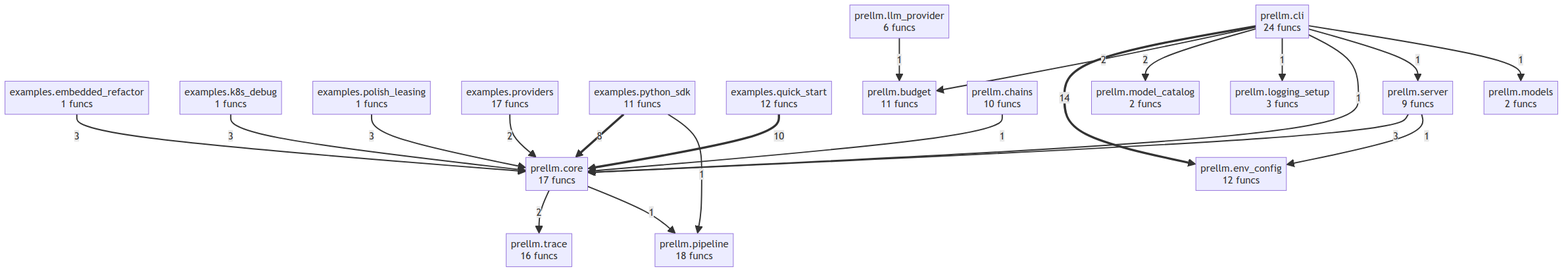
Earlier version of the Mermaid export project/compact_flow.png (semcod/prellm). Its source is kept beside it as project/compact_flow.mmd.
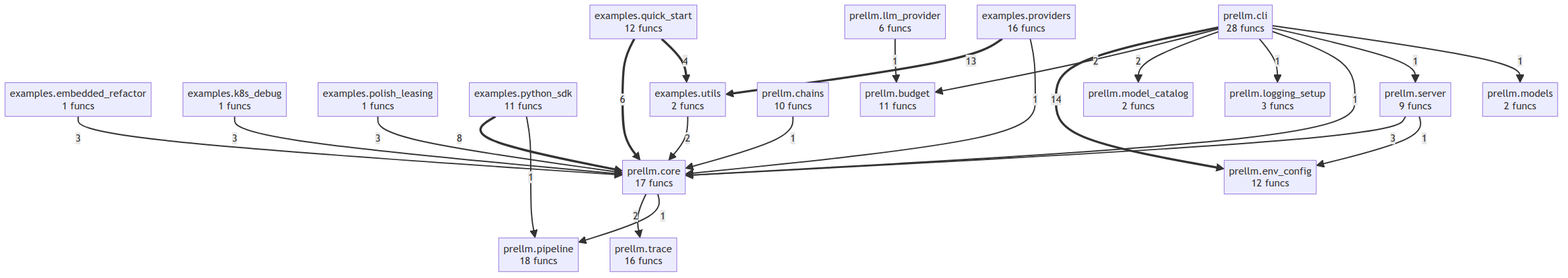
After the change.

Diff of the diagram source:
```diff
@@ -2,12 +2,13 @@
     examples_embedded_refactor["examples.embedded_refactor<br/>1 funcs"]
     examples_k8s_debug["examples.k8s_debug<br/>1 funcs"]
     examples_polish_leasing["examples.polish_leasing<br/>1 funcs"]
-    examples_providers["examples.providers<br/>17 funcs"]
+    examples_providers["examples.providers<br/>16 funcs"]
     examples_python_sdk["examples.python_sdk<br/>11 funcs"]
     examples_quick_start["examples.quick_start<br/>12 funcs"]
+    examples_utils["examples.utils<br/>2 funcs"]
     prellm_budget["prellm.budget<br/>11 funcs"]
     prellm_chains["prellm.chains<br/>10 funcs"]
-    prellm_cli["prellm.cli<br/>24 funcs"]
+    prellm_cli["prellm.cli<br/>28 funcs"]
     prellm_core["prellm.core<br/>17 funcs"]
     prellm_env_config["prellm.env_config<br/>12 funcs"]
     prellm_llm_provider["prellm.llm_provider<br/>6 funcs"]
@@ -18,22 +19,25 @@
     prellm_server["prellm.server<br/>9 funcs"]
     prellm_trace["prellm.trace<br/>16 funcs"]
     prellm_cli ==>|14| prellm_env_config
-    examples_quick_start ==>|10| prellm_core
+    examples_providers ==>|13| examples_utils
     examples_python_sdk ==>|8| prellm_core
-    examples_embedded_refactor -->|3| prellm_core
+    examples_quick_start ==>|6| prellm_core
+    examples_quick_start ==>|4| examples_utils
     examples_polish_leasing -->|3| prellm_core
     examples_k8s_debug -->|3| prellm_core
+    examples_embedded_refactor -->|3| prellm_core
     prellm_server -->|3| prellm_core
-    examples_providers -->|2| prellm_core
     prellm_cli -->|2| prellm_budget
     prellm_cli -->|2| prellm_model_catalog
     prellm_core -->|2| prellm_trace
+    examples_utils -->|2| prellm_core
+    examples_providers -->|1| prellm_core
     examples_python_sdk -->|1| prellm_pipeline
     prellm_cli -->|1| prellm_logging_setup
     prellm_cli -->|1| prellm_core
     prellm_cli -->|1| prellm_server
     prellm_cli -->|1| prellm_models
+    prellm_server -->|1| prellm_env_config
+    prellm_llm_provider -->|1| prellm_budget
     prellm_core -->|1| prellm_pipeline
-    prellm_llm_provider -->|1| prellm_budget
-    prellm_server -->|1| prellm_env_config
     prellm_chains -->|1| prellm_core
```
